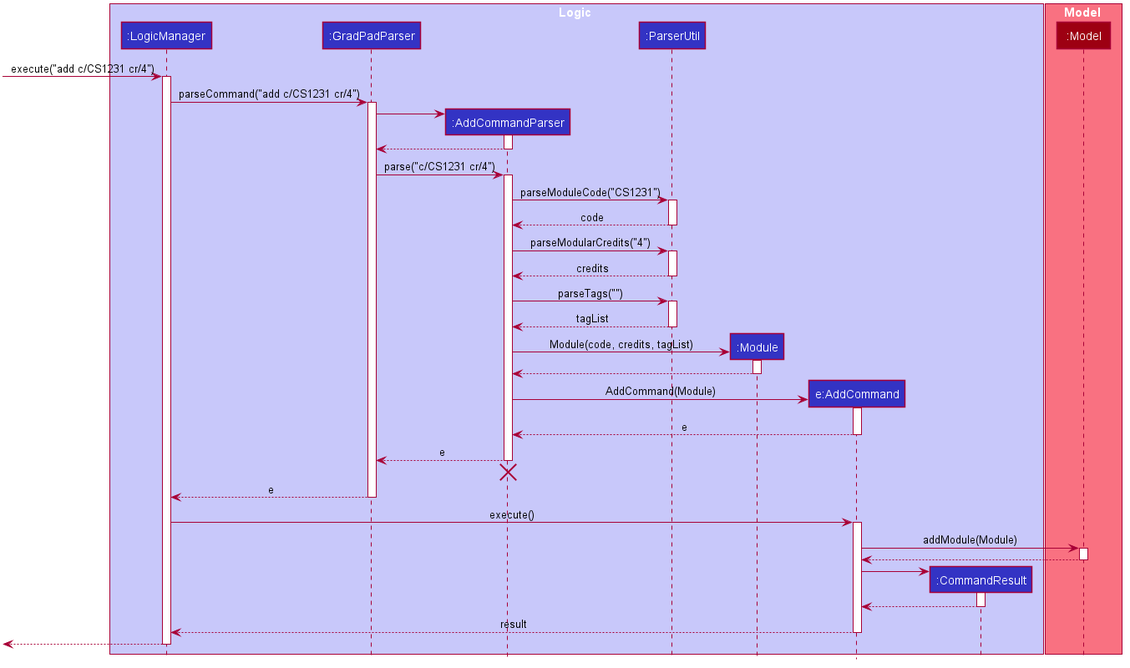
Before: docs/images/AddSequenceDiagram.png, a diagram exported from PlantUML (yan-soon/tp). Its diagram source:
```plantuml
@startuml








skinparam BackgroundColor #FFFFFFF

skinparam Shadowing false

skinparam Class {
    FontColor #FFFFFF
    BorderThickness 1
    BorderColor #FFFFFF
    StereotypeFontColor #FFFFFF
    FontName Arial
}

skinparam Actor {
    BorderColor #000000
    Color #000000
    FontName Arial
}

skinparam Sequence {
    MessageAlign center
    BoxFontSize 15
    BoxPadding 0
    BoxFontColor #FFFFFF
    FontName Arial
}

skinparam Participant {
    FontColor #FFFFFFF
    Padding 20
}

skinparam MinClassWidth 50
skinparam ParticipantPadding 10
skinparam Shadowing false
skinparam DefaultTextAlignment center
skinparam packageStyle Rectangle

hide footbox
hide members
hide circle

box Logic #C8C8FA
participant ":LogicManager" as LogicManager #3333C4
participant ":GradPadParser" as GradPadParser #3333C4
participant ":AddCommandParser" as AddCommandParser #3333C4
participant ":ParserUtil" as ParserUtil #3333C4
participant ":Module" as Module #3333C4
participant "e:AddCommand" as AddCommand #3333C4
participant ":CommandResult" as CommandResult #3333C4
end box

box Model #F97181
participant ":Model" as Model #9D0012
end box

[-> LogicManager : execute("add c/CS1231 cr/4")
activate LogicManager

LogicManager -> GradPadParser : parseCommand("add c/CS1231 cr/4")
activate GradPadParser

create AddCommandParser
GradPadParser -> AddCommandParser
activate AddCommandParser

AddCommandParser --> GradPadParser
deactivate AddCommandParser

GradPadParser -> AddCommandParser : parse("c/CS1231 cr/4")
activate AddCommandParser

AddCommandParser -> ParserUtil : parseModuleCode("CS1231")
activate ParserUtil

ParserUtil --> AddCommandParser : code
deactivate ParserUtil

AddCommandParser -> ParserUtil : parseModularCredits("4")
activate ParserUtil

ParserUtil --> AddCommandParser : credits
deactivate ParserUtil

AddCommandParser -> ParserUtil : parseTags("")
activate ParserUtil

ParserUtil --> AddCommandParser : tagList
deactivate ParserUtil

create Module
AddCommandParser -> Module : Module(code, credits, tagList)
activate Module

Module --> AddCommandParser
deactivate Module

create AddCommand
AddCommandParser -> AddCommand : AddCommand(Module)
activate AddCommand

AddCommand --> AddCommandParser : e
deactivate AddCommand

AddCommandParser --> GradPadParser : e
deactivate AddCommandParser
AddCommandParser -[hidden]-> GradPadParser
destroy AddCommandParser

GradPadParser --> LogicManager : e
deactivate GradPadParser

LogicManager -> AddCommand : execute()
activate AddCommand

AddCommand -> Model : addModule(Module)
activate Model

Model --> AddCommand
deactivate Model

create CommandResult
AddCommand -> CommandResult
activate CommandResult

CommandResult --> AddCommand
deactivate CommandResult

AddCommand --> LogicManager : result
deactivate AddCommand

[<--LogicManager
deactivate LogicManager
@enduml
```
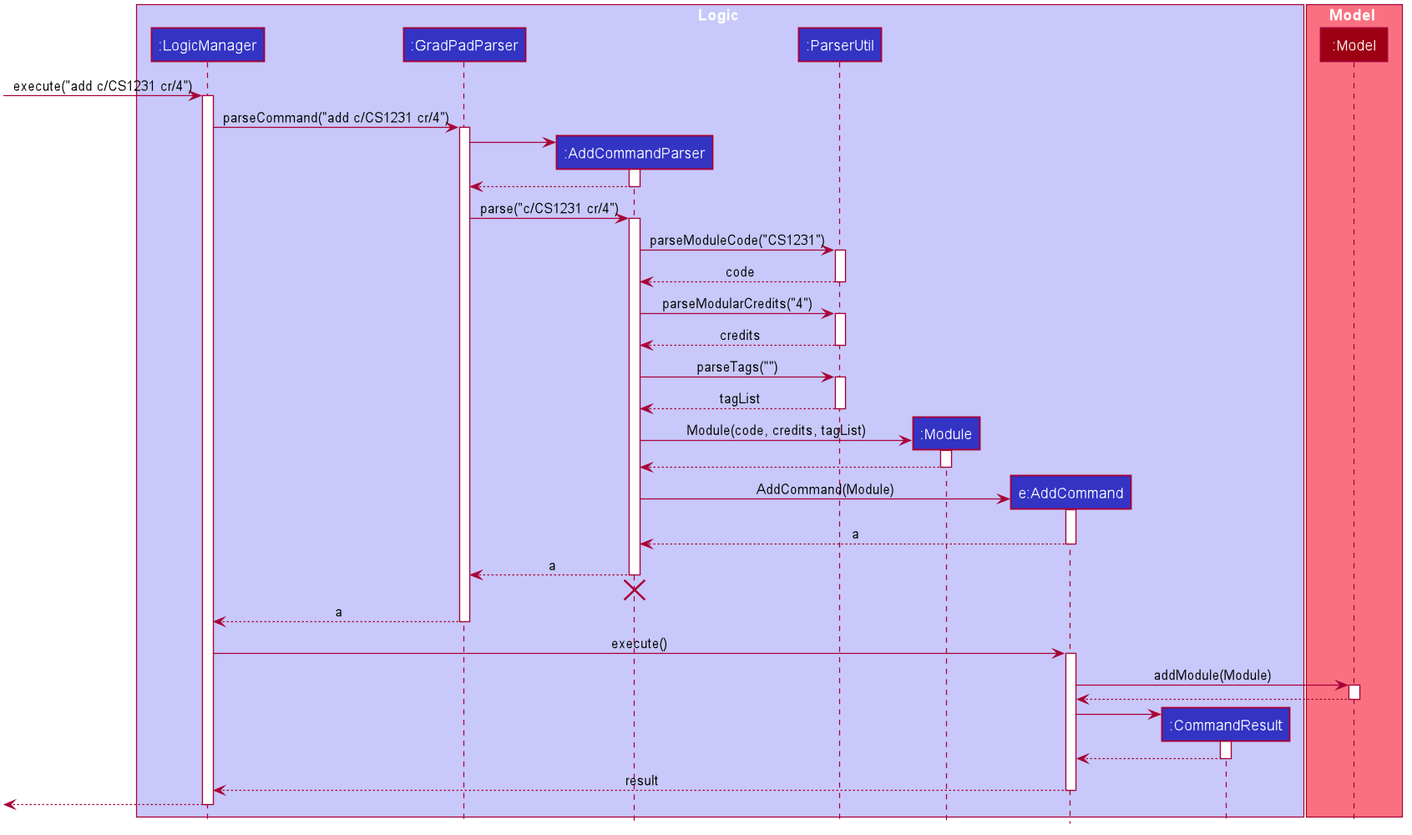
The same diagram one commit later.

Commit message:
update sequence diagram images

Diff of the diagram source:
```diff
@@ -107,15 +107,15 @@
 AddCommandParser -> AddCommand : AddCommand(Module)
 activate AddCommand
 
-AddCommand --> AddCommandParser : e
+AddCommand --> AddCommandParser : a
 deactivate AddCommand
 
-AddCommandParser --> GradPadParser : e
+AddCommandParser --> GradPadParser : a
 deactivate AddCommandParser
 AddCommandParser -[hidden]-> GradPadParser
 destroy AddCommandParser
 
-GradPadParser --> LogicManager : e
+GradPadParser --> LogicManager : a
 deactivate GradPadParser
 
 LogicManager -> AddCommand : execute()
```
